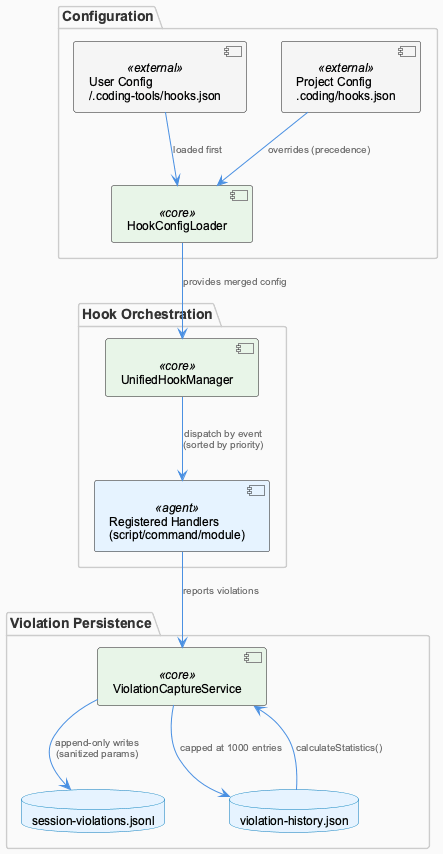
The PlantUML diagram knowledge-management/insights/images/constraint-system-architecture.png in fwornle/coding, before a commit.
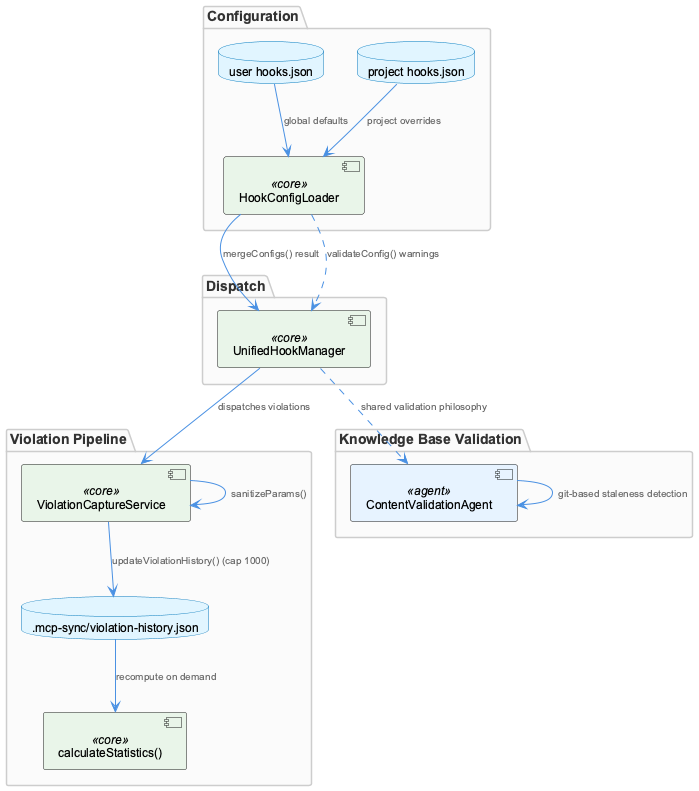
Above is the later version.

Change to the diagram source:
```diff
@@ -2,29 +2,36 @@
 !include /Users/Q284340/Agentic/coding/docs/puml/_standard-style.puml
 
 package "Configuration" {
-  component "User Config\n~/.coding-tools/hooks.json" as userCfg <<external>>
-  component "Project Config\n.coding/hooks.json" as projCfg <<external>>
   component "HookConfigLoader" as loader <<core>>
+  database "user hooks.json" as userCfg
+  database "project hooks.json" as projCfg
 }
 
-package "Hook Orchestration" {
+package "Dispatch" {
   component "UnifiedHookManager" as manager <<core>>
-  component "Registered Handlers\n(script/command/module)" as handlers <<agent>>
 }
 
-package "Violation Persistence" {
+package "Violation Pipeline" {
   component "ViolationCaptureService" as capture <<core>>
-  database "session-violations.jsonl" as jsonl
-  database "violation-history.json" as history
+  database ".mcp-sync/violation-history.json" as history
+  component "calculateStatistics()" as stats <<core>>
 }
 
-userCfg --> loader : "loaded first"
-projCfg --> loader : "overrides (precedence)"
-loader --> manager : "provides merged config"
-manager --> handlers : "dispatch by event\n(sorted by priority)"
-handlers --> capture : "reports violations"
-capture --> jsonl : "append-only writes\n(sanitized params)"
-capture --> history : "capped at 1000 entries"
-history --> capture : "calculateStatistics()"
+package "Knowledge Base Validation" {
+  component "ContentValidationAgent" as validator <<agent>>
+}
+
+userCfg --> loader : "global defaults"
+projCfg --> loader : "project overrides"
+loader --> manager : "mergeConfigs() result"
+loader ..> manager : "validateConfig() warnings"
+
+manager --> capture : "dispatches violations"
+capture --> capture : "sanitizeParams()"
+capture --> history : "updateViolationHistory() (cap 1000)"
+history --> stats : "recompute on demand"
+
+manager ..> validator : "shared validation philosophy"
+validator --> validator : "git-based staleness detection"
 
 @enduml
```
